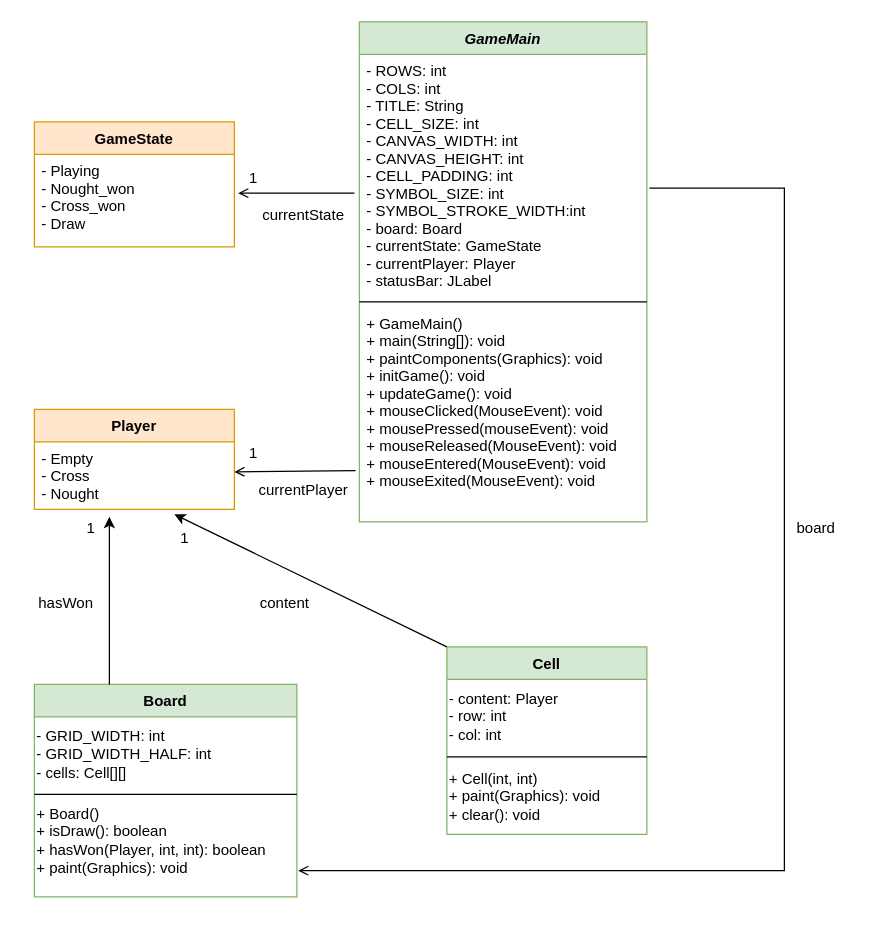
1ncandescent/BIT504_AT2_Task2 keeps this draw.io diagram as Untitled Diagram.drawio. Above is the earlier version. Source tidied: cells renumbered, new cells numbered last; positions are measured from the earlier drawing's top-left corner, leaving out a move shared by most shapes. Both pictures are drawn from the tidied source at 125%, with x=0, y=0 at pixel (21, 21).
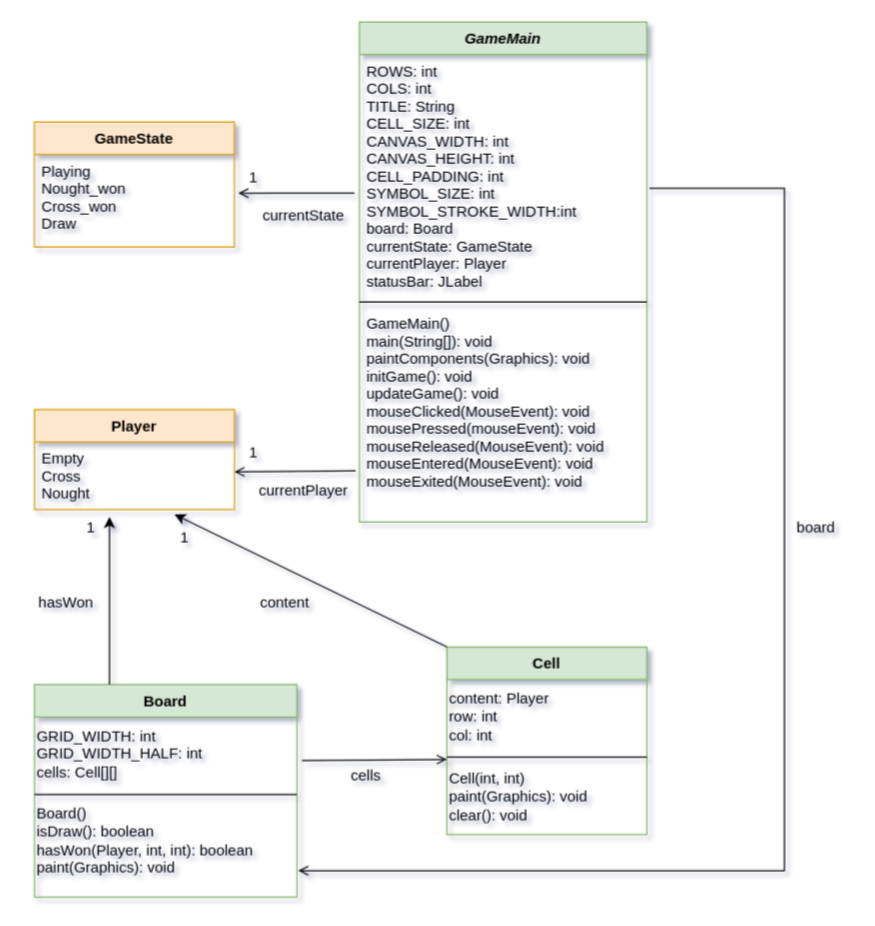
Above is the later version.

The change refers to these unchanged cells:
```xml
<mxCell id="2" value="GameMain" style="swimlane;fontStyle=3;align=center;verticalAlign=top;horizontal=1;startSize=26;rounded=0;shadow=0;strokeWidth=1;fillColor=#d5e8d4;strokeColor=#82b366;" parent="1" vertex="1">
  <mxGeometry x="270" width="230" height="400" as="geometry" />
</mxCell>
<mxCell id="6" value="GameState" style="swimlane;fontStyle=1;align=center;verticalAlign=top;horizontal=1;startSize=26;rounded=0;shadow=0;strokeWidth=1;fillColor=#ffe6cc;strokeColor=#d79b00;" parent="1" vertex="1">
  <mxGeometry x="10" y="80" width="160" height="100" as="geometry" />
</mxCell>
<mxCell id="9" value="Board" style="swimlane;fontStyle=1;align=center;verticalAlign=top;horizontal=1;startSize=26;rounded=0;shadow=0;strokeWidth=1;fillColor=#d5e8d4;strokeColor=#82b366;" parent="1" vertex="1">
  <mxGeometry x="10" y="530" width="210" height="170" as="geometry" />
</mxCell>
<mxCell id="14" value="Cell" style="swimlane;fontStyle=1;align=center;verticalAlign=top;horizontal=1;startSize=26;rounded=0;shadow=0;strokeWidth=1;fillColor=#d5e8d4;strokeColor=#82b366;" parent="1" vertex="1">
  <mxGeometry x="340" y="500" width="160" height="150" as="geometry" />
</mxCell>
<mxCell id="18" value="Player" style="swimlane;fontStyle=1;align=center;verticalAlign=top;horizontal=1;startSize=26;rounded=0;shadow=0;strokeWidth=1;fillColor=#ffe6cc;strokeColor=#d79b00;" parent="1" vertex="1">
  <mxGeometry x="10" y="310" width="160" height="80" as="geometry" />
</mxCell>
```

The edit, as a diff of the source:
```diff
@@
-<mxGraphModel>
+<mxGraphModel shadow="1">
@@
-    <mxCell id="3" value="- ROWS: int&#10;- COLS: int&#10;- TITLE: String&#10;- CELL_SIZE: int&#10;- CANVAS_WIDTH: int&#10;- CANVAS_HEIGHT: int&#10;- CELL_PADDING: int&#10;- SYMBOL_SIZE: int&#10;- SYMBOL_STROKE_WIDTH:int&#10;- board: Board&#10;- currentState: GameState&#10;- currentPlayer: Player&#10;- statusBar: JLabel" style="text;align=left;verticalAlign=top;spacingLeft=4;spacingRight=4;overflow=hidden;points=[[0,0.5],[1,0.5]];portConstraint=eastwest;" parent="2" vertex="1">
+    <mxCell id="3" value="ROWS: int&#10;COLS: int&#10;TITLE: String&#10;CELL_SIZE: int&#10;CANVAS_WIDTH: int&#10;CANVAS_HEIGHT: int&#10;CELL_PADDING: int&#10;SYMBOL_SIZE: int&#10;SYMBOL_STROKE_WIDTH:int&#10;board: Board&#10;currentState: GameState&#10;currentPlayer: Player&#10;statusBar: JLabel" style="text;align=left;verticalAlign=top;spacingLeft=4;spacingRight=4;overflow=hidden;points=[[0,0.5],[1,0.5]];portConstraint=eastwest;" parent="2" vertex="1">
       <mxGeometry y="26" width="230" height="194" as="geometry" />
     </mxCell>
@@
-    <mxCell id="5" value="+ GameMain()&#10;+ main(String[]): void&#10;+ paintComponents(Graphics): void&#10;+ initGame(): void&#10;+ updateGame(): void&#10;+ mouseClicked(MouseEvent): void&#10;+ mousePressed(mouseEvent): void&#10;+ mouseReleased(MouseEvent): void&#10;+ mouseEntered(MouseEvent): void&#10;+ mouseExited(MouseEvent): void" style="text;align=left;verticalAlign=top;spacingLeft=4;spacingRight=4;overflow=hidden;points=[[0,0.5],[1,0.5]];portConstraint=eastwest;" parent="2" vertex="1">
+    <mxCell id="5" value="GameMain()&#10;main(String[]): void&#10;paintComponents(Graphics): void&#10;initGame(): void&#10;updateGame(): void&#10;mouseClicked(MouseEvent): void&#10;mousePressed(mouseEvent): void&#10;mouseReleased(MouseEvent): void&#10;mouseEntered(MouseEvent): void&#10;mouseExited(MouseEvent): void" style="text;align=left;verticalAlign=top;spacingLeft=4;spacingRight=4;overflow=hidden;points=[[0,0.5],[1,0.5]];portConstraint=eastwest;" parent="2" vertex="1">
       <mxGeometry y="228" width="230" height="172" as="geometry" />
     </mxCell>
@@
-    <mxCell id="7" value="- Playing&#10;- Nought_won&#10;- Cross_won&#10;- Draw" style="text;align=left;verticalAlign=top;spacingLeft=4;spacingRight=4;overflow=hidden;points=[[0,0.5],[1,0.5]];portConstraint=eastwest;rounded=0;shadow=0;html=0;" parent="6" vertex="1">
+    <mxCell id="7" value="Playing&#10;Nought_won&#10;Cross_won&#10;Draw" style="text;align=left;verticalAlign=top;spacingLeft=4;spacingRight=4;overflow=hidden;points=[[0,0.5],[1,0.5]];portConstraint=eastwest;rounded=0;shadow=0;html=0;" parent="6" vertex="1">
       <mxGeometry y="26" width="160" height="74" as="geometry" />
     </mxCell>
@@
-    <mxCell id="10" value="- GRID_WIDTH: int&lt;br&gt;- GRID_WIDTH_HALF: int&lt;br&gt;- cells: Cell[][]" style="text;html=1;align=left;verticalAlign=middle;points=[];strokeColor=none;fillColor=none;" parent="9" vertex="1">
+    <mxCell id="10" value="GRID_WIDTH: int&lt;br&gt;GRID_WIDTH_HALF: int&lt;br&gt;cells: Cell[][]" style="text;html=1;align=left;verticalAlign=middle;points=[];strokeColor=none;fillColor=none;" parent="9" vertex="1">
       <mxGeometry y="26" width="210" height="60" as="geometry" />
     </mxCell>
@@
-    <mxCell id="12" value="+ Board()&lt;br&gt;+ isDraw(): boolean&lt;br&gt;+ hasWon(Player, int, int): boolean&lt;br&gt;+ paint(Graphics): void" style="text;html=1;align=left;verticalAlign=middle;points=[];strokeColor=none;fillColor=none;" parent="9" vertex="1">
+    <mxCell id="12" value="Board()&lt;br&gt;isDraw(): boolean&lt;br&gt;hasWon(Player, int, int): boolean&lt;br&gt;paint(Graphics): void" style="text;html=1;align=left;verticalAlign=middle;points=[];strokeColor=none;fillColor=none;" parent="9" vertex="1">
       <mxGeometry y="90" width="210" height="70" as="geometry" />
     </mxCell>
@@
-    <mxCell id="15" value="- content: Player&lt;br&gt;- row: int&lt;br&gt;- col: int" style="text;html=1;align=left;verticalAlign=middle;strokeColor=none;fillColor=none;" parent="14" vertex="1">
+    <mxCell id="15" value="content: Player&lt;br&gt;row: int&lt;br&gt;col: int" style="text;html=1;align=left;verticalAlign=middle;strokeColor=none;fillColor=none;" parent="14" vertex="1">
       <mxGeometry y="26" width="160" height="60" as="geometry" />
     </mxCell>
@@
-    <mxCell id="17" value="+ Cell(int, int)&lt;br&gt;+ paint(Graphics): void&lt;br&gt;+ clear(): void" style="text;html=1;align=left;verticalAlign=middle;points=[];strokeColor=none;fillColor=none;" parent="14" vertex="1">
+    <mxCell id="17" value="Cell(int, int)&lt;br&gt;paint(Graphics): void&lt;br&gt;clear(): void" style="text;html=1;align=left;verticalAlign=middle;points=[];strokeColor=none;fillColor=none;" parent="14" vertex="1">
       <mxGeometry y="90" width="160" height="60" as="geometry" />
     </mxCell>
@@
-    <mxCell id="19" value="- Empty&#10;- Cross&#10;- Nought" style="text;align=left;verticalAlign=top;spacingLeft=4;spacingRight=4;overflow=hidden;points=[[0,0.5],[1,0.5]];portConstraint=eastwest;rounded=0;shadow=0;html=0;" parent="18" vertex="1">
+    <mxCell id="19" value="Empty&#10;Cross&#10;Nought" style="text;align=left;verticalAlign=top;spacingLeft=4;spacingRight=4;overflow=hidden;points=[[0,0.5],[1,0.5]];portConstraint=eastwest;rounded=0;shadow=0;html=0;" parent="18" vertex="1">
       <mxGeometry y="26" width="160" height="54" as="geometry" />
     </mxCell>
@@
+    <mxCell id="32" style="edgeStyle=none;jettySize=auto;html=1;rounded=0;exitX=1.019;exitY=0.583;exitDx=0;exitDy=0;exitPerimeter=0;entryX=0;entryY=0;entryDx=0;entryDy=0;entryPerimeter=0;endArrow=open;endFill=0;" parent="1" edge="1" source="10" target="17">
+      <mxGeometry relative="1" as="geometry" />
+    </mxCell>
+    <mxCell id="33" value="cells" style="text;html=1;align=center;verticalAlign=middle;strokeColor=none;fillColor=none;" parent="1" vertex="1">
+      <mxGeometry x="250" y="588" width="50" height="30" as="geometry" />
+    </mxCell>
```
